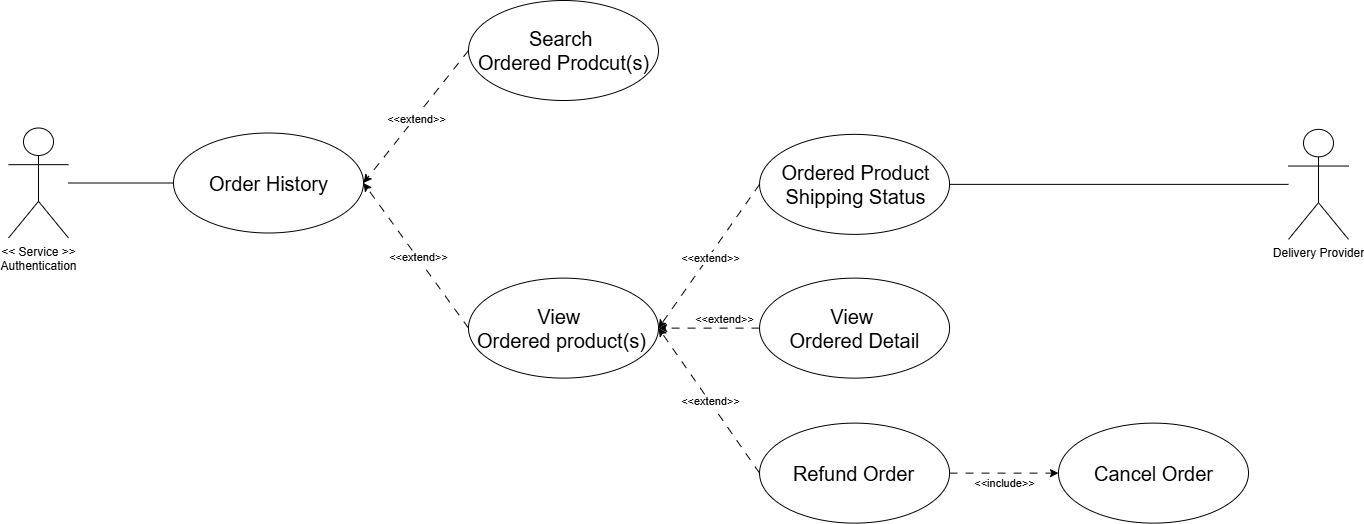
Before: docs/usecases/detailed/order_history.drawio.png, a diagram exported from draw.io (Thu-sunrise/cloud_computing). Source tidied: cells renumbered, new cells last; positions are measured from the earlier drawing's top-left corner, leaving out a move shared by most shapes.
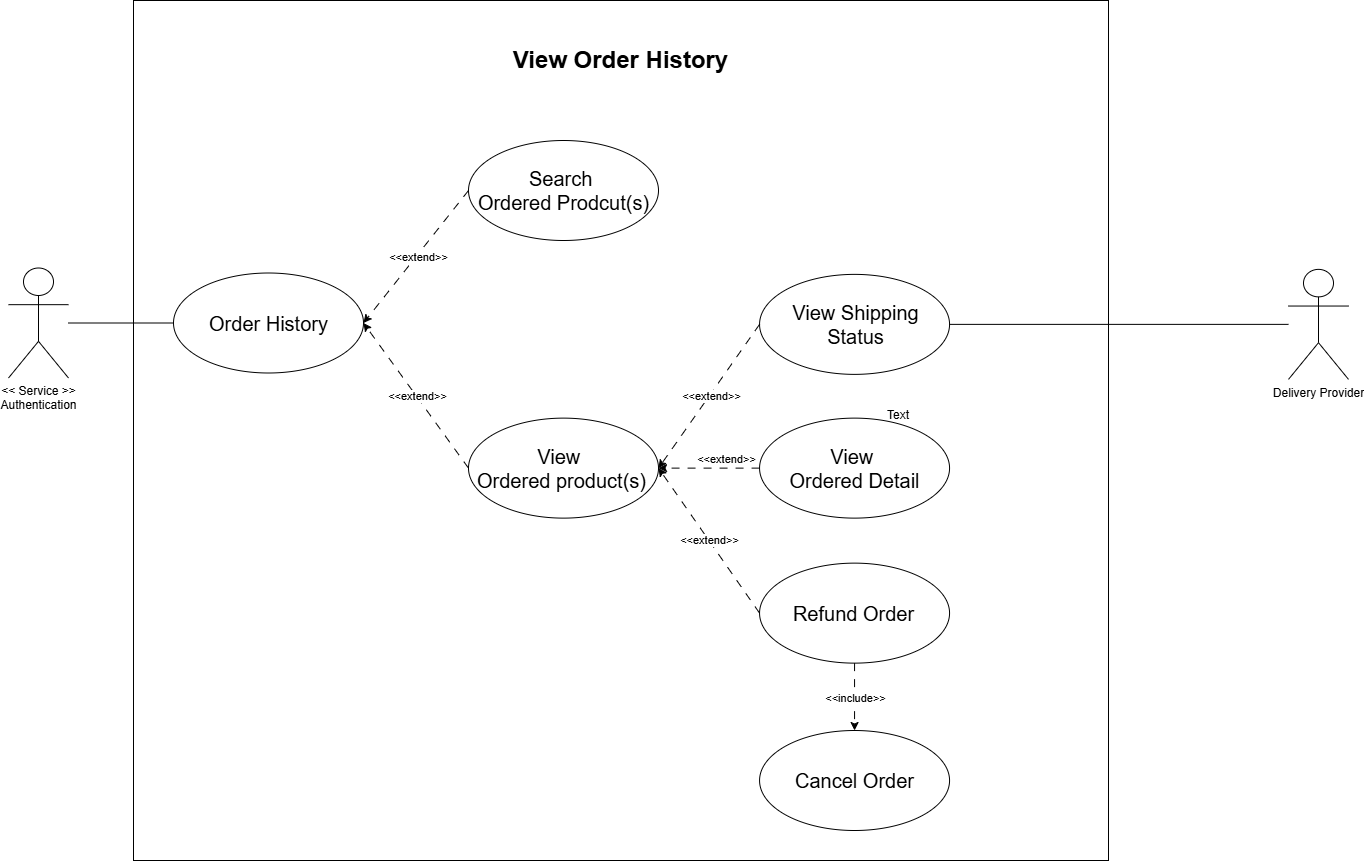
Later version of the same file.

Commit message:
adjust Order History

What changed in the source:
```diff
@@ -2,6 +2,9 @@
   <root>
     <mxCell id="0" />
     <mxCell id="1" parent="0" />
+    <mxCell id="32" style="whiteSpace=wrap;html=1;" parent="1" vertex="1">
+      <mxGeometry x="125" y="-140" width="975" height="860" as="geometry" />
+    </mxCell>
     <mxCell id="2" style="ellipse;whiteSpace=wrap;html=1;" parent="1" vertex="1">
       <mxGeometry x="165" y="132.5" width="190" height="100" as="geometry" />
     </mxCell>
@@ -65,14 +68,14 @@
       <mxGeometry relative="1" as="geometry" />
     </mxCell>
     <mxCell id="22" style="ellipse;whiteSpace=wrap;html=1;" parent="1" vertex="1">
-      <mxGeometry x="1050" y="422.6" width="190" height="100" as="geometry" />
+      <mxGeometry x="751.1" y="590" width="190" height="100" as="geometry" />
     </mxCell>
-    <mxCell id="23" style="endArrow=classic;html=1;rounded=0;entryX=0;entryY=0.5;entryDx=0;entryDy=0;dashed=1;dashPattern=8 8;exitX=1;exitY=0.5;exitDx=0;exitDy=0;" parent="1" edge="1" source="14" target="22">
+    <mxCell id="23" style="endArrow=classic;html=1;rounded=0;entryX=0.5;entryY=0;entryDx=0;entryDy=0;dashed=1;dashPattern=8 8;exitX=0.5;exitY=1;exitDx=0;exitDy=0;" parent="1" edge="1" source="14" target="22">
       <mxGeometry relative="1" as="geometry" />
     </mxCell>
     <mxCell id="24" value="&amp;lt;&amp;lt;include&amp;gt;&amp;gt;" style="edgeLabel;html=1;align=center;verticalAlign=middle;" parent="23" vertex="1">
       <mxGeometry relative="1" as="geometry">
-        <mxPoint x="-1" y="9" as="offset" />
+        <mxPoint x="-1" as="offset" />
       </mxGeometry>
     </mxCell>
     <mxCell id="25" value="&lt;div&gt;&amp;lt;&amp;lt; Service &amp;gt;&amp;gt;&lt;/div&gt;&lt;div&gt;Authentication&lt;/div&gt;" style="shape=umlActor;verticalLabelPosition=bottom;verticalAlign=top;html=1;outlineConnect=0;" parent="1" vertex="1">
@@ -81,7 +84,7 @@
     <mxCell id="26" value="Order History" style="text;html=1;align=center;verticalAlign=middle;whiteSpace=wrap;rounded=0;fontSize=20;" parent="1" vertex="1">
       <mxGeometry x="170.7" y="170" width="178.6" height="25" as="geometry" />
     </mxCell>
-    <mxCell id="27" value="Ordered Product Shipping Status" style="text;html=1;align=center;verticalAlign=middle;whiteSpace=wrap;rounded=0;fontSize=20;" parent="1" vertex="1">
+    <mxCell id="27" value="View Shipping Status" style="text;html=1;align=center;verticalAlign=middle;whiteSpace=wrap;rounded=0;fontSize=20;" parent="1" vertex="1">
       <mxGeometry x="758.5" y="171.4" width="178.6" height="25" as="geometry" />
     </mxCell>
     <mxCell id="28" value="View&amp;nbsp;&lt;div&gt;Ordered Detail&lt;/div&gt;" style="text;html=1;align=center;verticalAlign=middle;whiteSpace=wrap;rounded=0;fontSize=20;" parent="1" vertex="1">
@@ -91,10 +94,16 @@
       <mxGeometry x="756" y="460.1" width="178.6" height="25" as="geometry" />
     </mxCell>
     <mxCell id="30" value="Cancel Order" style="text;html=1;align=center;verticalAlign=middle;whiteSpace=wrap;rounded=0;fontSize=20;" parent="1" vertex="1">
-      <mxGeometry x="1055.7" y="460.1" width="178.6" height="25" as="geometry" />
+      <mxGeometry x="756.8" y="627.5" width="178.6" height="25" as="geometry" />
     </mxCell>
     <mxCell id="31" value="&lt;div&gt;Delivery Provider&lt;/div&gt;" style="shape=umlActor;verticalLabelPosition=bottom;verticalAlign=top;html=1;outlineConnect=0;" parent="1" vertex="1">
       <mxGeometry x="1280" y="128.9" width="60" height="110" as="geometry" />
     </mxCell>
+    <mxCell id="33" value="Text" style="text;strokeColor=none;align=center;fillColor=none;html=1;verticalAlign=middle;whiteSpace=wrap;rounded=0;" parent="1" vertex="1">
+      <mxGeometry x="860" y="260" width="60" height="30" as="geometry" />
+    </mxCell>
+    <mxCell id="34" value="&lt;b&gt;&lt;font style=&quot;font-size: 24px;&quot;&gt;View Order History&lt;/font&gt;&lt;/b&gt;" style="text;strokeColor=none;align=center;fillColor=none;html=1;verticalAlign=middle;whiteSpace=wrap;rounded=0;" parent="1" vertex="1">
+      <mxGeometry x="496.2" y="-100" width="232.5" height="40" as="geometry" />
+    </mxCell>
   </root>
 </mxGraphModel>
```
